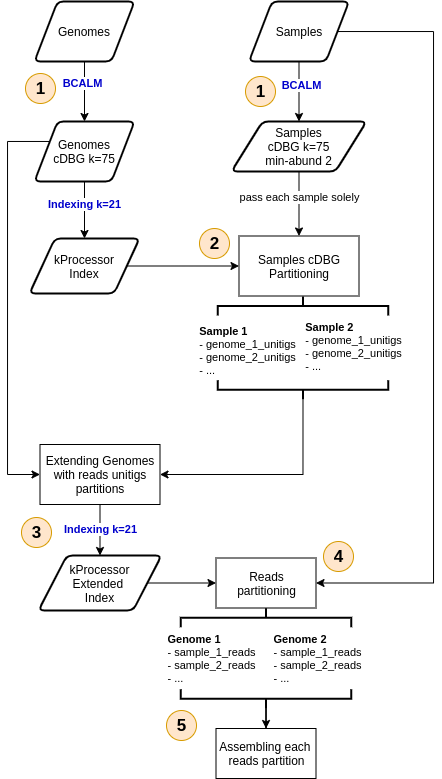
Above: kDecontaminer.png in mr-eyes/kDecontaminer (draw.io), before the change. Source tidied: cells renumbered, new cells last; positions are measured from the earlier drawing's top-left corner, leaving out a move shared by most shapes.
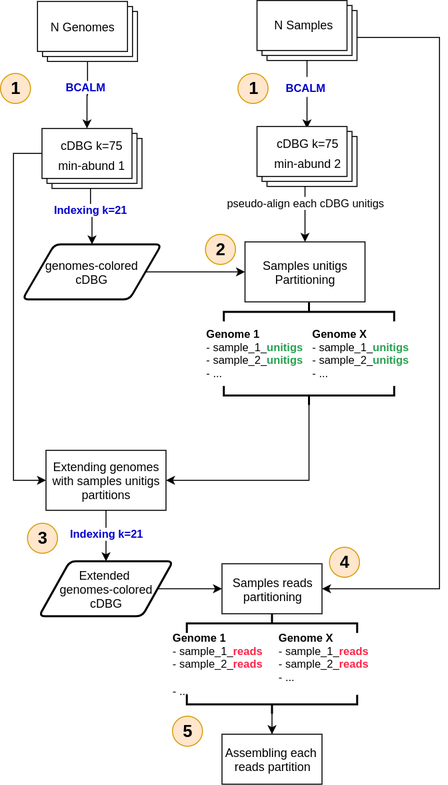
After the commit.

Commit message:
better illustration

What changed in the source:
```diff
@@ -2,32 +2,23 @@
   <root>
     <mxCell id="0" />
     <mxCell id="1" parent="0" />
-    <mxCell id="2" style="edgeStyle=orthogonalEdgeStyle;rounded=0;jettySize=auto;html=1;" parent="1" edge="1" source="4" target="12">
+    <mxCell id="2" style="edgeStyle=orthogonalEdgeStyle;rounded=0;jettySize=auto;html=1;entryX=0;entryY=0;entryDx=45;entryDy=0;entryPerimeter=0;" parent="1" edge="1" source="42" target="49">
       <mxGeometry relative="1" as="geometry" />
     </mxCell>
     <mxCell id="3" value="&lt;b&gt;&lt;font color=&quot;#0000cc&quot;&gt;BCALM&lt;/font&gt;&lt;/b&gt;" style="edgeLabel;html=1;align=center;verticalAlign=middle;" parent="2" vertex="1">
-      <mxGeometry x="-0.26" y="-2" relative="1" as="geometry" />
+      <mxGeometry x="-0.26" y="-2" relative="1" as="geometry">
+        <mxPoint x="-0.5" y="0.1" as="offset" />
+      </mxGeometry>
     </mxCell>
-    <mxCell id="4" value="&lt;span&gt;Genomes&lt;/span&gt;" style="shape=parallelogram;html=1;strokeWidth=2;perimeter=parallelogramPerimeter;whiteSpace=wrap;rounded=1;arcSize=12;size=0.23;" parent="1" vertex="1">
-      <mxGeometry x="27" width="100" height="60" as="geometry" />
-    </mxCell>
-    <mxCell id="5" style="edgeStyle=orthogonalEdgeStyle;rounded=0;jettySize=auto;html=1;entryX=0.5;entryY=0;entryDx=0;entryDy=0;" parent="1" edge="1" source="8" target="15">
-      <mxGeometry relative="1" as="geometry" />
-    </mxCell>
-    <mxCell id="6" value="&lt;font color=&quot;#0000cc&quot;&gt;&lt;b&gt;BCALM&lt;/b&gt;&lt;/font&gt;" style="edgeLabel;html=1;align=center;verticalAlign=middle;" parent="5" vertex="1">
-      <mxGeometry x="-0.21" y="2" relative="1" as="geometry" />
-    </mxCell>
-    <mxCell id="7" style="edgeStyle=orthogonalEdgeStyle;rounded=0;jettySize=auto;html=1;entryX=1;entryY=0.5;entryDx=0;entryDy=0;" parent="1" edge="1" source="8" target="29">
+    <mxCell id="7" style="edgeStyle=orthogonalEdgeStyle;rounded=0;jettySize=auto;html=1;entryX=1;entryY=0.5;entryDx=0;entryDy=0;" parent="1" edge="1" target="29">
       <mxGeometry relative="1" as="geometry">
+        <mxPoint x="330" y="30" as="sourcePoint" />
         <Array as="points">
           <mxPoint x="426" y="30" />
           <mxPoint x="426" y="582" />
         </Array>
       </mxGeometry>
     </mxCell>
-    <mxCell id="8" value="&lt;span&gt;Samples&lt;br&gt;&lt;/span&gt;" style="shape=parallelogram;html=1;strokeWidth=2;perimeter=parallelogramPerimeter;whiteSpace=wrap;rounded=1;arcSize=12;size=0.23;" parent="1" vertex="1">
-      <mxGeometry x="241.5" width="100" height="60" as="geometry" />
-    </mxCell>
     <mxCell id="9" style="edgeStyle=orthogonalEdgeStyle;rounded=0;jettySize=auto;html=1;entryX=0.5;entryY=0;entryDx=0;entryDy=0;" parent="1" edge="1" target="17">
       <mxGeometry relative="1" as="geometry">
         <mxPoint x="77" y="170" as="sourcePoint" />
@@ -38,43 +29,39 @@
         <mxPoint x="1" y="9.4" as="offset" />
       </mxGeometry>
     </mxCell>
-    <mxCell id="11" style="edgeStyle=orthogonalEdgeStyle;rounded=0;jettySize=auto;html=1;entryX=0;entryY=0.5;entryDx=0;entryDy=0;" parent="1" edge="1" source="12" target="24">
+    <mxCell id="11" style="edgeStyle=orthogonalEdgeStyle;rounded=0;jettySize=auto;html=1;entryX=0;entryY=0.5;entryDx=0;entryDy=0;exitX=0;exitY=0;exitDx=0;exitDy=25;exitPerimeter=0;" parent="1" edge="1" source="49" target="24">
       <mxGeometry relative="1" as="geometry">
         <Array as="points">
-          <mxPoint y="140" />
+          <mxPoint y="146" />
           <mxPoint y="473" />
         </Array>
       </mxGeometry>
     </mxCell>
-    <mxCell id="12" value="Genomes&lt;br&gt;cDBG k=75" style="shape=parallelogram;html=1;strokeWidth=2;perimeter=parallelogramPerimeter;whiteSpace=wrap;rounded=1;arcSize=12;size=0.23;" parent="1" vertex="1">
-      <mxGeometry x="27" y="120" width="100" height="60" as="geometry" />
-    </mxCell>
-    <mxCell id="13" style="edgeStyle=orthogonalEdgeStyle;rounded=0;jettySize=auto;html=1;" parent="1" edge="1" source="15" target="18">
-      <mxGeometry relative="1" as="geometry" />
+    <mxCell id="13" style="edgeStyle=orthogonalEdgeStyle;rounded=0;jettySize=auto;html=1;" parent="1" edge="1" target="18">
+      <mxGeometry relative="1" as="geometry">
+        <mxPoint x="291.5" y="170" as="sourcePoint" />
+      </mxGeometry>
     </mxCell>
-    <mxCell id="14" value="pass each sample solely" style="edgeLabel;html=1;align=center;verticalAlign=middle;" parent="13" vertex="1">
+    <mxCell id="14" value="pseudo-align each cDBG unitigs" style="edgeLabel;html=1;align=center;verticalAlign=middle;" parent="13" vertex="1">
       <mxGeometry x="-0.2" relative="1" as="geometry" />
     </mxCell>
-    <mxCell id="15" value="&lt;span&gt;Samples&lt;br&gt;cDBG k=75&lt;/span&gt;&lt;br&gt;&lt;span&gt;min-abund 2&lt;/span&gt;" style="shape=parallelogram;html=1;strokeWidth=2;perimeter=parallelogramPerimeter;whiteSpace=wrap;rounded=1;arcSize=12;size=0.23;" parent="1" vertex="1">
-      <mxGeometry x="224" y="120" width="135" height="50" as="geometry" />
-    </mxCell>
     <mxCell id="16" style="edgeStyle=orthogonalEdgeStyle;rounded=0;jettySize=auto;html=1;entryX=0;entryY=0.5;entryDx=0;entryDy=0;" parent="1" edge="1" source="17" target="18">
       <mxGeometry relative="1" as="geometry" />
     </mxCell>
-    <mxCell id="17" value="&lt;span&gt;kProcessor&lt;/span&gt;&lt;br&gt;&lt;span&gt;Index&lt;/span&gt;" style="shape=parallelogram;html=1;strokeWidth=2;perimeter=parallelogramPerimeter;whiteSpace=wrap;rounded=1;arcSize=12;size=0.23;" parent="1" vertex="1">
-      <mxGeometry x="22" y="237" width="110" height="55" as="geometry" />
+    <mxCell id="17" value="genomes-colored&lt;br&gt;cDBG" style="shape=parallelogram;html=1;strokeWidth=2;perimeter=parallelogramPerimeter;whiteSpace=wrap;rounded=1;arcSize=12;size=0.23;" parent="1" vertex="1">
+      <mxGeometry x="9" y="237" width="139" height="55" as="geometry" />
     </mxCell>
-    <mxCell id="18" value="Samples cDBG&lt;br&gt;Partitioning" style="rounded=0;whiteSpace=wrap;html=1;" parent="1" vertex="1">
+    <mxCell id="18" value="Samples unitigs&lt;br&gt;Partitioning" style="rounded=0;whiteSpace=wrap;html=1;" parent="1" vertex="1">
       <mxGeometry x="231.5" y="234.5" width="120" height="60" as="geometry" />
     </mxCell>
     <mxCell id="19" style="strokeWidth=2;html=1;shape=mxgraph.flowchart.annotation_2;align=left;labelPosition=right;rotation=90;" parent="1" vertex="1">
       <mxGeometry x="286" y="219.3" width="19" height="170.4" as="geometry" />
     </mxCell>
-    <mxCell id="20" value="&lt;div style=&quot;text-align: left ; font-size: 11px&quot;&gt;&lt;span&gt;&lt;b&gt;&lt;font style=&quot;font-size: 11px&quot;&gt;Sample 1&lt;/font&gt;&lt;/b&gt;&lt;/span&gt;&lt;/div&gt;&lt;div style=&quot;text-align: left ; font-size: 11px&quot;&gt;&lt;span&gt;&lt;font style=&quot;font-size: 11px&quot;&gt;- genome_1_unitigs&lt;/font&gt;&lt;/span&gt;&lt;/div&gt;&lt;div style=&quot;text-align: left ; font-size: 11px&quot;&gt;&lt;span&gt;&lt;font style=&quot;font-size: 11px&quot;&gt;- genome_2_unitigs&lt;/font&gt;&lt;/span&gt;&lt;/div&gt;&lt;div style=&quot;text-align: left ; font-size: 11px&quot;&gt;&lt;span&gt;&lt;font style=&quot;font-size: 11px&quot;&gt;- ...&lt;/font&gt;&lt;/span&gt;&lt;/div&gt;" style="text;html=1;align=center;verticalAlign=middle;" parent="1" vertex="1">
-      <mxGeometry x="186" y="318" width="108" height="61" as="geometry" />
+    <mxCell id="20" value="&lt;div style=&quot;text-align: left ; font-size: 11px&quot;&gt;&lt;span&gt;&lt;b&gt;&lt;font style=&quot;font-size: 11px&quot;&gt;Genome 1&lt;/font&gt;&lt;/b&gt;&lt;/span&gt;&lt;/div&gt;&lt;div style=&quot;text-align: left ; font-size: 11px&quot;&gt;&lt;font style=&quot;font-size: 11px&quot;&gt;- sample_1_&lt;b&gt;&lt;font color=&quot;#28a150&quot;&gt;unitigs&lt;/font&gt;&lt;/b&gt;&lt;/font&gt;&lt;/div&gt;&lt;div style=&quot;text-align: left ; font-size: 11px&quot;&gt;&lt;font style=&quot;font-size: 11px&quot;&gt;- sample_2_&lt;b&gt;&lt;font color=&quot;#28a150&quot;&gt;unitigs&lt;/font&gt;&lt;/b&gt;&lt;/font&gt;&lt;/div&gt;&lt;div style=&quot;text-align: left ; font-size: 11px&quot;&gt;&lt;span&gt;&lt;font style=&quot;font-size: 11px&quot;&gt;- ...&lt;/font&gt;&lt;/span&gt;&lt;/div&gt;" style="text;html=1;align=center;verticalAlign=middle;" parent="1" vertex="1">
+      <mxGeometry x="187" y="315" width="108" height="61" as="geometry" />
     </mxCell>
-    <mxCell id="21" value="&lt;div style=&quot;text-align: left ; font-size: 11px&quot;&gt;&lt;span&gt;&lt;b&gt;&lt;font style=&quot;font-size: 11px&quot;&gt;Sample 2&lt;/font&gt;&lt;/b&gt;&lt;/span&gt;&lt;/div&gt;&lt;div style=&quot;text-align: left ; font-size: 11px&quot;&gt;&lt;span&gt;&lt;font style=&quot;font-size: 11px&quot;&gt;- genome_1_unitigs&lt;/font&gt;&lt;/span&gt;&lt;/div&gt;&lt;div style=&quot;text-align: left ; font-size: 11px&quot;&gt;&lt;span&gt;&lt;font style=&quot;font-size: 11px&quot;&gt;- genome_2_unitigs&lt;/font&gt;&lt;/span&gt;&lt;/div&gt;&lt;div style=&quot;text-align: left ; font-size: 11px&quot;&gt;&lt;span&gt;&lt;font style=&quot;font-size: 11px&quot;&gt;- ...&lt;/font&gt;&lt;/span&gt;&lt;/div&gt;" style="text;html=1;align=center;verticalAlign=middle;" parent="1" vertex="1">
-      <mxGeometry x="292" y="315" width="108" height="61" as="geometry" />
+    <mxCell id="21" value="&lt;div style=&quot;text-align: left ; font-size: 11px&quot;&gt;&lt;div&gt;&lt;b&gt;Genome X&lt;/b&gt;&lt;/div&gt;&lt;div&gt;- sample_1_&lt;b&gt;&lt;font color=&quot;#28a150&quot;&gt;unitigs&lt;/font&gt;&lt;/b&gt;&lt;/div&gt;&lt;div&gt;- sample_2_&lt;b&gt;&lt;font color=&quot;#28a150&quot;&gt;unitigs&lt;/font&gt;&lt;/b&gt;&lt;/div&gt;&lt;div&gt;- ...&lt;/div&gt;&lt;/div&gt;" style="text;html=1;align=center;verticalAlign=middle;" parent="1" vertex="1">
+      <mxGeometry x="293" y="315" width="108" height="61" as="geometry" />
     </mxCell>
     <mxCell id="22" style="edgeStyle=orthogonalEdgeStyle;rounded=0;jettySize=auto;html=1;" parent="1" edge="1" source="24" target="28">
       <mxGeometry relative="1" as="geometry" />
@@ -84,7 +71,7 @@
         <mxPoint x="-1" y="-7.4" as="offset" />
       </mxGeometry>
     </mxCell>
-    <mxCell id="24" value="Extending Genomes&lt;br&gt;with reads unitigs partitions" style="rounded=0;whiteSpace=wrap;html=1;" parent="1" vertex="1">
+    <mxCell id="24" value="Extending genomes&lt;br&gt;with samples unitigs partitions" style="rounded=0;whiteSpace=wrap;html=1;" parent="1" vertex="1">
       <mxGeometry x="32.5" y="443" width="120" height="60" as="geometry" />
     </mxCell>
     <mxCell id="25" style="edgeStyle=orthogonalEdgeStyle;rounded=0;jettySize=auto;html=1;exitX=0;exitY=0.5;exitDx=0;exitDy=0;exitPerimeter=0;entryX=1;entryY=0.5;entryDx=0;entryDy=0;" parent="1" edge="1" source="26" target="24">
@@ -96,20 +83,20 @@
     <mxCell id="27" style="edgeStyle=orthogonalEdgeStyle;rounded=0;jettySize=auto;html=1;entryX=0;entryY=0.5;entryDx=0;entryDy=0;" parent="1" edge="1" source="28" target="29">
       <mxGeometry relative="1" as="geometry" />
     </mxCell>
-    <mxCell id="28" value="&lt;span&gt;kProcessor&lt;/span&gt;&lt;br&gt;&lt;span&gt;Extended &lt;br&gt;Index&lt;/span&gt;" style="shape=parallelogram;html=1;strokeWidth=2;perimeter=parallelogramPerimeter;whiteSpace=wrap;rounded=1;arcSize=12;size=0.23;" parent="1" vertex="1">
-      <mxGeometry x="31" y="554" width="123" height="55" as="geometry" />
+    <mxCell id="28" value="&lt;span&gt;Extended &lt;br&gt;genomes-colored&lt;br&gt;cDBG&lt;br&gt;&lt;/span&gt;" style="shape=parallelogram;html=1;strokeWidth=2;perimeter=parallelogramPerimeter;whiteSpace=wrap;rounded=1;arcSize=12;size=0.23;" parent="1" vertex="1">
+      <mxGeometry x="25.5" y="554" width="134" height="55" as="geometry" />
     </mxCell>
-    <mxCell id="29" value="&amp;nbsp;Reads &lt;br&gt;partitioning" style="html=1;dashed=0;whitespace=wrap;fillColor=none;align=center;" parent="1" vertex="1">
+    <mxCell id="29" value="&amp;nbsp;Samples reads &lt;br&gt;partitioning" style="html=1;dashed=0;whitespace=wrap;fillColor=none;align=center;" parent="1" vertex="1">
       <mxGeometry x="208.5" y="556.5" width="100" height="50" as="geometry" />
     </mxCell>
     <mxCell id="30" style="strokeWidth=2;html=1;shape=mxgraph.flowchart.annotation_2;align=left;labelPosition=right;rotation=90;" parent="1" vertex="1">
       <mxGeometry x="249" y="531" width="19" height="170.4" as="geometry" />
     </mxCell>
-    <mxCell id="31" value="&lt;div style=&quot;text-align: left ; font-size: 11px&quot;&gt;&lt;span&gt;&lt;b&gt;&lt;font style=&quot;font-size: 11px&quot;&gt;Genome 1&lt;/font&gt;&lt;/b&gt;&lt;/span&gt;&lt;/div&gt;&lt;div style=&quot;text-align: left ; font-size: 11px&quot;&gt;&lt;font style=&quot;font-size: 11px&quot;&gt;- sample_1_reads&lt;/font&gt;&lt;/div&gt;&lt;div style=&quot;text-align: left ; font-size: 11px&quot;&gt;&lt;font style=&quot;font-size: 11px&quot;&gt;- sample_2_reads&lt;/font&gt;&lt;/div&gt;&lt;div style=&quot;text-align: left ; font-size: 11px&quot;&gt;&lt;span&gt;&lt;font style=&quot;font-size: 11px&quot;&gt;- ...&lt;/font&gt;&lt;/span&gt;&lt;/div&gt;" style="text;html=1;align=center;verticalAlign=middle;" parent="1" vertex="1">
-      <mxGeometry x="154" y="626.7" width="99" height="61" as="geometry" />
+    <mxCell id="31" value="&lt;div style=&quot;text-align: left ; font-size: 11px&quot;&gt;&lt;span&gt;&lt;b&gt;&lt;font style=&quot;font-size: 11px&quot;&gt;Genome 1&lt;/font&gt;&lt;/b&gt;&lt;/span&gt;&lt;/div&gt;&lt;div style=&quot;text-align: left ; font-size: 11px&quot;&gt;&lt;font style=&quot;font-size: 11px&quot;&gt;- sample_1_&lt;b&gt;&lt;font color=&quot;#ff2448&quot;&gt;reads&lt;/font&gt;&lt;/b&gt;&lt;/font&gt;&lt;/div&gt;&lt;div style=&quot;text-align: left ; font-size: 11px&quot;&gt;&lt;font style=&quot;font-size: 11px&quot;&gt;- sample_2_&lt;b&gt;&lt;font color=&quot;#ff2448&quot;&gt;reads&lt;/font&gt;&lt;/b&gt;&lt;/font&gt;&lt;/div&gt;&lt;br&gt;&lt;div style=&quot;text-align: left ; font-size: 11px&quot;&gt;&lt;span&gt;&lt;font style=&quot;font-size: 11px&quot;&gt;- ...&lt;/font&gt;&lt;/span&gt;&lt;/div&gt;" style="text;html=1;align=center;verticalAlign=middle;" parent="1" vertex="1">
+      <mxGeometry x="153" y="619.7" width="101" height="75" as="geometry" />
     </mxCell>
-    <mxCell id="32" value="&lt;div style=&quot;text-align: left ; font-size: 11px&quot;&gt;&lt;span&gt;&lt;b&gt;&lt;font style=&quot;font-size: 11px&quot;&gt;Genome 2&lt;/font&gt;&lt;/b&gt;&lt;/span&gt;&lt;/div&gt;&lt;div style=&quot;text-align: left ; font-size: 11px&quot;&gt;&lt;font style=&quot;font-size: 11px&quot;&gt;- sample_1_reads&lt;/font&gt;&lt;/div&gt;&lt;div style=&quot;text-align: left ; font-size: 11px&quot;&gt;&lt;font style=&quot;font-size: 11px&quot;&gt;- sample_2_reads&lt;/font&gt;&lt;/div&gt;&lt;div style=&quot;text-align: left ; font-size: 11px&quot;&gt;&lt;span&gt;&lt;font style=&quot;font-size: 11px&quot;&gt;- ...&lt;/font&gt;&lt;/span&gt;&lt;/div&gt;" style="text;html=1;align=center;verticalAlign=middle;" parent="1" vertex="1">
-      <mxGeometry x="260" y="626.7" width="99" height="61" as="geometry" />
+    <mxCell id="32" value="&lt;div style=&quot;text-align: left ; font-size: 11px&quot;&gt;&lt;span&gt;&lt;b&gt;&lt;font style=&quot;font-size: 11px&quot;&gt;Genome X&lt;/font&gt;&lt;/b&gt;&lt;/span&gt;&lt;/div&gt;&lt;div style=&quot;text-align: left ; font-size: 11px&quot;&gt;&lt;font style=&quot;font-size: 11px&quot;&gt;- sample_1_&lt;b&gt;&lt;font color=&quot;#ff2448&quot;&gt;reads&lt;/font&gt;&lt;/b&gt;&lt;/font&gt;&lt;/div&gt;&lt;div style=&quot;text-align: left ; font-size: 11px&quot;&gt;&lt;font style=&quot;font-size: 11px&quot;&gt;- sample_2_&lt;b&gt;&lt;font color=&quot;#ff2448&quot;&gt;reads&lt;/font&gt;&lt;/b&gt;&lt;/font&gt;&lt;/div&gt;&lt;div style=&quot;text-align: left ; font-size: 11px&quot;&gt;&lt;span&gt;&lt;font style=&quot;font-size: 11px&quot;&gt;- ...&lt;/font&gt;&lt;/span&gt;&lt;/div&gt;" style="text;html=1;align=center;verticalAlign=middle;" parent="1" vertex="1">
+      <mxGeometry x="259" y="619.7" width="101" height="61" as="geometry" />
     </mxCell>
     <mxCell id="33" style="edgeStyle=orthogonalEdgeStyle;rounded=0;jettySize=auto;html=1;exitX=0;exitY=0.5;exitDx=0;exitDy=0;exitPerimeter=0;" parent="1" edge="1" source="34" target="35">
       <mxGeometry relative="1" as="geometry" />
@@ -121,7 +108,7 @@
       <mxGeometry x="208.5" y="727" width="100" height="50" as="geometry" />
     </mxCell>
     <mxCell id="36" value="1" style="shape=ellipse;html=1;dashed=0;whitespace=wrap;perimeter=ellipsePerimeter;fillColor=#ffe6cc;strokeColor=#d79b00;labelBackgroundColor=none;fontSize=17;fontStyle=1;" parent="1" vertex="1">
-      <mxGeometry x="238" y="75" width="30" height="30" as="geometry" />
+      <mxGeometry x="224.5" y="66" width="30" height="30" as="geometry" />
     </mxCell>
     <mxCell id="37" value="2" style="shape=ellipse;html=1;dashed=0;whitespace=wrap;perimeter=ellipsePerimeter;fillColor=#ffe6cc;strokeColor=#d79b00;labelBackgroundColor=none;fontSize=17;fontStyle=1;" parent="1" vertex="1">
       <mxGeometry x="192" y="227" width="30" height="30" as="geometry" />
@@ -136,7 +123,37 @@
       <mxGeometry x="159" y="709" width="30" height="30" as="geometry" />
     </mxCell>
     <mxCell id="41" value="1" style="shape=ellipse;html=1;dashed=0;whitespace=wrap;perimeter=ellipsePerimeter;fillColor=#ffe6cc;strokeColor=#d79b00;labelBackgroundColor=none;fontSize=17;fontStyle=1;" parent="1" vertex="1">
-      <mxGeometry x="18" y="72" width="30" height="30" as="geometry" />
+      <mxGeometry x="-13" y="66" width="30" height="30" as="geometry" />
     </mxCell>
+    <mxCell id="42" style="verticalLabelPosition=bottom;verticalAlign=top;html=1;shape=mxgraph.basic.layered_rect;dx=10;outlineConnect=0;labelBackgroundColor=none;fillColor=#ffffff;fontSize=17;" parent="1" vertex="1">
+      <mxGeometry x="24" y="-6" width="100" height="60" as="geometry" />
+    </mxCell>
+    <mxCell id="43" value="&lt;span style=&quot;font-size: 12px&quot;&gt;N Genomes&lt;/span&gt;" style="text;html=1;align=center;verticalAlign=middle;fontSize=17;" parent="1" vertex="1">
+      <mxGeometry x="31" y="5" width="75" height="26" as="geometry" />
+    </mxCell>
+    <mxCell id="44" style="edgeStyle=orthogonalEdgeStyle;rounded=0;jettySize=auto;html=1;fontSize=17;" parent="1" edge="1" source="45" target="48">
+      <mxGeometry relative="1" as="geometry" />
+    </mxCell>
+    <mxCell id="6" value="&lt;b style=&quot;font-size: 11px&quot;&gt;&lt;font color=&quot;#0000cc&quot;&gt;BCALM&lt;/font&gt;&lt;/b&gt;" style="edgeLabel;html=1;align=center;verticalAlign=middle;fontSize=17;" parent="44" vertex="1">
+      <mxGeometry x="-0.24" y="-2" relative="1" as="geometry" />
+    </mxCell>
+    <mxCell id="45" style="verticalLabelPosition=bottom;verticalAlign=top;html=1;shape=mxgraph.basic.layered_rect;dx=10;outlineConnect=0;labelBackgroundColor=none;fillColor=#ffffff;fontSize=17;" parent="1" vertex="1">
+      <mxGeometry x="243.5" y="-7" width="100" height="60" as="geometry" />
+    </mxCell>
+    <mxCell id="46" value="&lt;span style=&quot;font-size: 12px&quot;&gt;N Samples&lt;/span&gt;" style="text;html=1;align=center;verticalAlign=middle;fontSize=17;" parent="1" vertex="1">
+      <mxGeometry x="254.5" y="3" width="70" height="26" as="geometry" />
+    </mxCell>
+    <mxCell id="47" style="verticalLabelPosition=bottom;verticalAlign=top;html=1;shape=mxgraph.basic.layered_rect;dx=10;labelBackgroundColor=none;fillColor=#ffffff;fontSize=17;" parent="1" vertex="1">
+      <mxGeometry x="243.5" y="119" width="100" height="60" as="geometry" />
+    </mxCell>
+    <mxCell id="48" value="&lt;span style=&quot;font-size: 12px&quot;&gt;cDBG k=75&lt;/span&gt;&lt;br style=&quot;font-size: 12px&quot;&gt;&lt;span style=&quot;font-size: 12px&quot;&gt;min-abund 2&lt;/span&gt;" style="text;html=1;align=center;verticalAlign=middle;points=[];fontSize=17;" parent="1" vertex="1">
+      <mxGeometry x="254.5" y="121" width="78" height="47" as="geometry" />
+    </mxCell>
+    <mxCell id="49" style="verticalLabelPosition=bottom;verticalAlign=top;html=1;shape=mxgraph.basic.layered_rect;dx=10;outlineConnect=0;labelBackgroundColor=none;fillColor=#ffffff;fontSize=17;" parent="1" vertex="1">
+      <mxGeometry x="28.5" y="121" width="100" height="60" as="geometry" />
+    </mxCell>
+    <mxCell id="50" value="&lt;span style=&quot;font-size: 12px&quot;&gt;cDBG k=75&lt;/span&gt;&lt;br style=&quot;font-size: 12px&quot;&gt;&lt;span style=&quot;font-size: 12px&quot;&gt;min-abund 1&lt;/span&gt;" style="text;html=1;align=center;verticalAlign=middle;fontSize=17;" parent="1" vertex="1">
+      <mxGeometry x="39.5" y="123" width="78" height="47" as="geometry" />
+    </mxCell>
   </root>
 </mxGraphModel>
```
